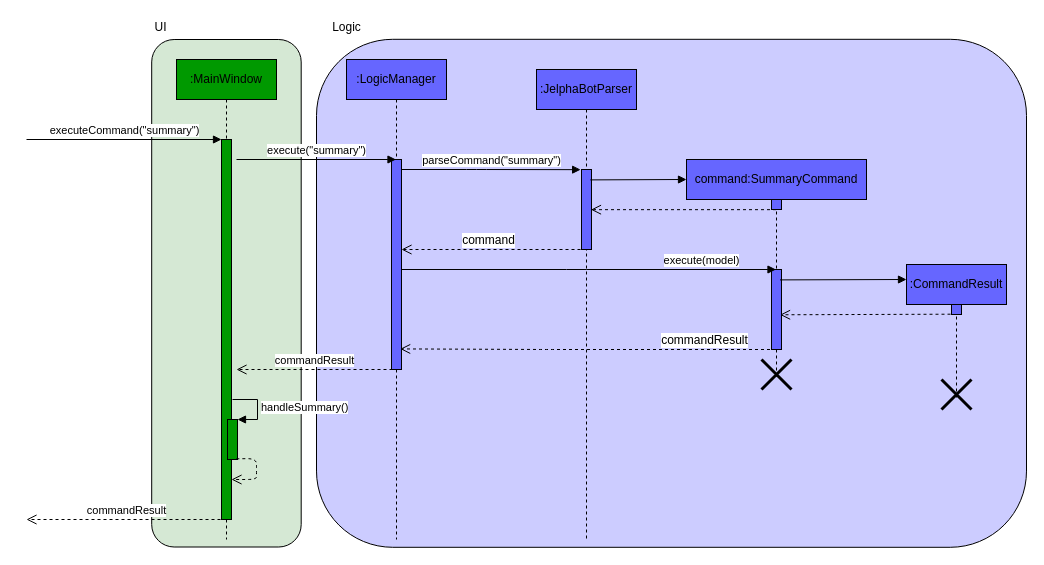
Above: docs/diagrams/SummarySwitchTabSequenceDiagram.drawio in yapdianhao/main (draw.io), before the change. Source tidied: cells renumbered, new cells numbered last; positions are measured from the earlier drawing's top-left corner, leaving out a move shared by most shapes. Both pictures are drawn from the tidied source at 100%, with x=0, y=0 at pixel (-28, 17).
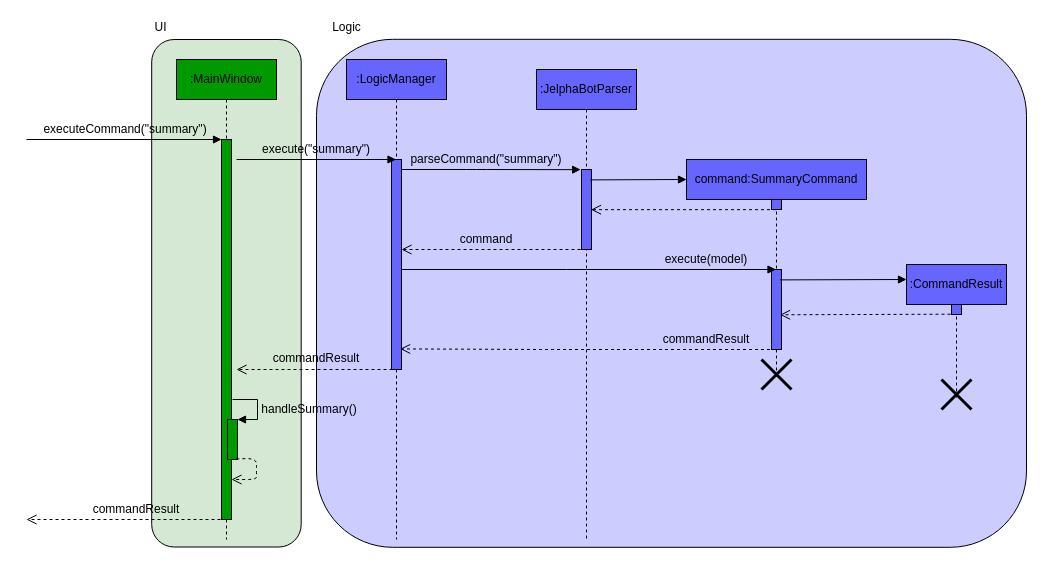
After the change.

The change refers to these unchanged cells:
```xml
<mxCell id="7" style="html=1;points=[];perimeter=orthogonalPerimeter;shadow=0;fillColor=#009900;" parent="1" vertex="1">
  <mxGeometry x="255" y="402" width="10" height="40" as="geometry" />
</mxCell>
<mxCell id="11" value=":LogicManager" style="shape=umlLifeline;perimeter=lifelinePerimeter;whiteSpace=wrap;html=1;outlineConnect=0;shadow=0;fillColor=#6666FF;" parent="1" vertex="1">
  <mxGeometry x="374" y="42" width="100" height="480" as="geometry" />
</mxCell>
<mxCell id="12" style="html=1;points=[];perimeter=orthogonalPerimeter;shadow=0;fillColor=#6666FF;" parent="11" vertex="1">
  <mxGeometry x="45" y="100" width="10" height="210" as="geometry" />
</mxCell>
<mxCell id="15" style="html=1;points=[];perimeter=orthogonalPerimeter;shadow=0;fillColor=#6666FF;" parent="14" vertex="1">
  <mxGeometry x="45" y="100" width="10" height="80" as="geometry" />
</mxCell>
<mxCell id="17" value="command:SummaryCommand" style="shape=umlLifeline;perimeter=lifelinePerimeter;whiteSpace=wrap;html=1;outlineConnect=0;shadow=0;fillColor=#6666FF;" parent="1" vertex="1">
  <mxGeometry x="714" y="142" width="180" height="220" as="geometry" />
</mxCell>
<mxCell id="21" style="html=1;verticalAlign=bottom;endArrow=open;dashed=1;endSize=8;fillColor=#4D9900;" parent="1" edge="1" target="12">
  <mxGeometry relative="1" as="geometry">
    <mxPoint x="614" y="232" as="sourcePoint" />
  </mxGeometry>
</mxCell>
<mxCell id="24" style="html=1;verticalAlign=bottom;endArrow=open;dashed=1;endSize=8;fillColor=#4D9900;entryX=0.867;entryY=0.902;entryDx=0;entryDy=0;entryPerimeter=0;" parent="1" edge="1" source="17" target="12">
  <mxGeometry x="0.21" y="-160" relative="1" as="geometry">
    <Array as="points">
      <mxPoint x="574" y="332" />
    </Array>
    <mxPoint x="160" y="160" as="offset" />
  </mxGeometry>
</mxCell>
```

What changed in the source:
```diff
@@
-    <mxCell id="6" value="executeCommand(&quot;summary&quot;)" style="html=1;verticalAlign=bottom;endArrow=block;fillColor=#4D9900;" parent="1" edge="1">
+    <mxCell id="6" style="html=1;verticalAlign=bottom;endArrow=block;fillColor=#4D9900;" parent="1" edge="1">
       <mxGeometry relative="1" as="geometry">
         <mxPoint x="54" y="122" as="sourcePoint" />
         <mxPoint x="249" y="122" as="targetPoint" />
       </mxGeometry>
     </mxCell>
@@
-    <mxCell id="8" value="handleSummary()" style="edgeStyle=orthogonalEdgeStyle;html=1;align=left;spacingLeft=2;endArrow=block;rounded=0;entryX=1;entryY=0;fillColor=#4D9900;" parent="1" edge="1" target="7">
+    <mxCell id="8" style="edgeStyle=orthogonalEdgeStyle;html=1;align=left;spacingLeft=2;endArrow=block;rounded=0;entryX=1;entryY=0;fillColor=#4D9900;" parent="1" edge="1" target="7">
       <mxGeometry relative="1" as="geometry">
         <mxPoint x="260" y="382" as="sourcePoint" />
         <Array as="points">
           <mxPoint x="285" y="382" />
           <mxPoint x="285" y="402" />
         </Array>
       </mxGeometry>
     </mxCell>
@@
-    <mxCell id="13" value="execute(&quot;summary&quot;)" style="html=1;verticalAlign=bottom;endArrow=block;fillColor=#4D9900;" parent="1" edge="1" target="11">
+    <mxCell id="13" style="html=1;verticalAlign=bottom;endArrow=block;fillColor=#4D9900;" parent="1" edge="1" target="11">
       <mxGeometry relative="1" as="geometry">
         <mxPoint x="264" y="142" as="sourcePoint" />
       </mxGeometry>
     </mxCell>
@@
-    <mxCell id="22" value="command" style="text;html=1;align=center;verticalAlign=middle;labelBackgroundColor=#ffffff;" parent="21" vertex="1">
-      <mxGeometry x="0.07" y="-1" relative="1" as="geometry">
-        <mxPoint y="-9" as="offset" />
-      </mxGeometry>
-    </mxCell>
-    <mxCell id="23" value="execute(model)" style="html=1;verticalAlign=bottom;endArrow=block;fillColor=#4D9900;" parent="1" edge="1" source="12" target="17">
+    <mxCell id="23" style="html=1;verticalAlign=bottom;endArrow=block;fillColor=#4D9900;" parent="1" edge="1" source="12" target="17">
       <mxGeometry x="0.6" relative="1" as="geometry">
         <Array as="points">
           <mxPoint x="604" y="252" />
         </Array>
       </mxGeometry>
     </mxCell>
@@
-    <mxCell id="25" value="commandResult" style="text;html=1;align=center;verticalAlign=middle;labelBackgroundColor=#ffffff;" parent="24" vertex="1">
-      <mxGeometry x="0.22" y="-158" relative="1" as="geometry">
-        <mxPoint x="157" y="148" as="offset" />
-      </mxGeometry>
-    </mxCell>
@@
-    <mxCell id="31" value="commandResult" style="html=1;verticalAlign=bottom;endArrow=open;dashed=1;endSize=8;fillColor=#4D9900;" parent="1" edge="1">
+    <mxCell id="31" style="html=1;verticalAlign=bottom;endArrow=open;dashed=1;endSize=8;fillColor=#4D9900;" parent="1" edge="1">
       <mxGeometry relative="1" as="geometry">
         <mxPoint x="420" y="352" as="sourcePoint" />
         <mxPoint x="264" y="352" as="targetPoint" />
       </mxGeometry>
     </mxCell>
-    <mxCell id="32" value="commandResult" style="html=1;verticalAlign=bottom;endArrow=open;dashed=1;endSize=8;fillColor=#4D9900;" parent="1" edge="1">
+    <mxCell id="32" style="html=1;verticalAlign=bottom;endArrow=open;dashed=1;endSize=8;fillColor=#4D9900;" parent="1" edge="1">
       <mxGeometry relative="1" as="geometry">
         <mxPoint x="254" y="502" as="sourcePoint" />
         <mxPoint x="54" y="502" as="targetPoint" />
       </mxGeometry>
     </mxCell>
-    <mxCell id="33" value="parseCommand(&quot;summary&quot;)" style="html=1;verticalAlign=bottom;endArrow=block;fillColor=#4D9900;entryX=-0.086;entryY=0.002;entryDx=0;entryDy=0;entryPerimeter=0;" parent="1" edge="1" source="12" target="15">
+    <mxCell id="33" style="html=1;verticalAlign=bottom;endArrow=block;fillColor=#4D9900;entryX=-0.086;entryY=0.002;entryDx=0;entryDy=0;entryPerimeter=0;" parent="1" edge="1" source="12" target="15">
       <mxGeometry relative="1" as="geometry">
         <Array as="points">
           <mxPoint x="504" y="152" />
         </Array>
       </mxGeometry>
     </mxCell>
@@
+    <mxCell id="36" value="executeCommand(&quot;summary&quot;)" style="text;html=1;strokeColor=none;fillColor=none;align=center;verticalAlign=middle;whiteSpace=wrap;rounded=0;" parent="1" vertex="1">
+      <mxGeometry x="133" y="102" width="40" height="20" as="geometry" />
+    </mxCell>
+    <mxCell id="37" value="execute(&quot;summary&quot;)" style="text;html=1;strokeColor=none;fillColor=none;align=center;verticalAlign=middle;whiteSpace=wrap;rounded=0;" parent="1" vertex="1">
+      <mxGeometry x="324" y="122" width="40" height="20" as="geometry" />
+    </mxCell>
+    <mxCell id="38" value="parseCommand(&quot;summary&quot;)" style="text;html=1;strokeColor=none;fillColor=none;align=center;verticalAlign=middle;whiteSpace=wrap;rounded=0;" parent="1" vertex="1">
+      <mxGeometry x="494" y="132" width="40" height="20" as="geometry" />
+    </mxCell>
+    <mxCell id="22" value="command" style="text;html=1;strokeColor=none;fillColor=none;align=center;verticalAlign=middle;whiteSpace=wrap;rounded=0;" parent="1" vertex="1">
+      <mxGeometry x="494" y="212" width="40" height="20" as="geometry" />
+    </mxCell>
+    <mxCell id="39" value="execute(model)" style="text;html=1;strokeColor=none;fillColor=none;align=center;verticalAlign=middle;whiteSpace=wrap;rounded=0;" parent="1" vertex="1">
+      <mxGeometry x="714" y="232" width="40" height="20" as="geometry" />
+    </mxCell>
+    <mxCell id="40" value="commandResult" style="text;html=1;strokeColor=none;fillColor=none;align=center;verticalAlign=middle;whiteSpace=wrap;rounded=0;" parent="1" vertex="1">
+      <mxGeometry x="714" y="312" width="40" height="20" as="geometry" />
+    </mxCell>
+    <mxCell id="41" value="commandResult" style="text;html=1;strokeColor=none;fillColor=none;align=center;verticalAlign=middle;whiteSpace=wrap;rounded=0;" parent="1" vertex="1">
+      <mxGeometry x="144" y="482" width="40" height="20" as="geometry" />
+    </mxCell>
+    <mxCell id="42" value="handleSummary()" style="text;html=1;strokeColor=none;fillColor=none;align=center;verticalAlign=middle;whiteSpace=wrap;rounded=0;" parent="1" vertex="1">
+      <mxGeometry x="317" y="382" width="40" height="20" as="geometry" />
+    </mxCell>
+    <mxCell id="43" value="commandResult" style="text;html=1;strokeColor=none;fillColor=none;align=center;verticalAlign=middle;whiteSpace=wrap;rounded=0;" parent="1" vertex="1">
+      <mxGeometry x="324" y="330.5" width="40" height="20" as="geometry" />
+    </mxCell>
```
